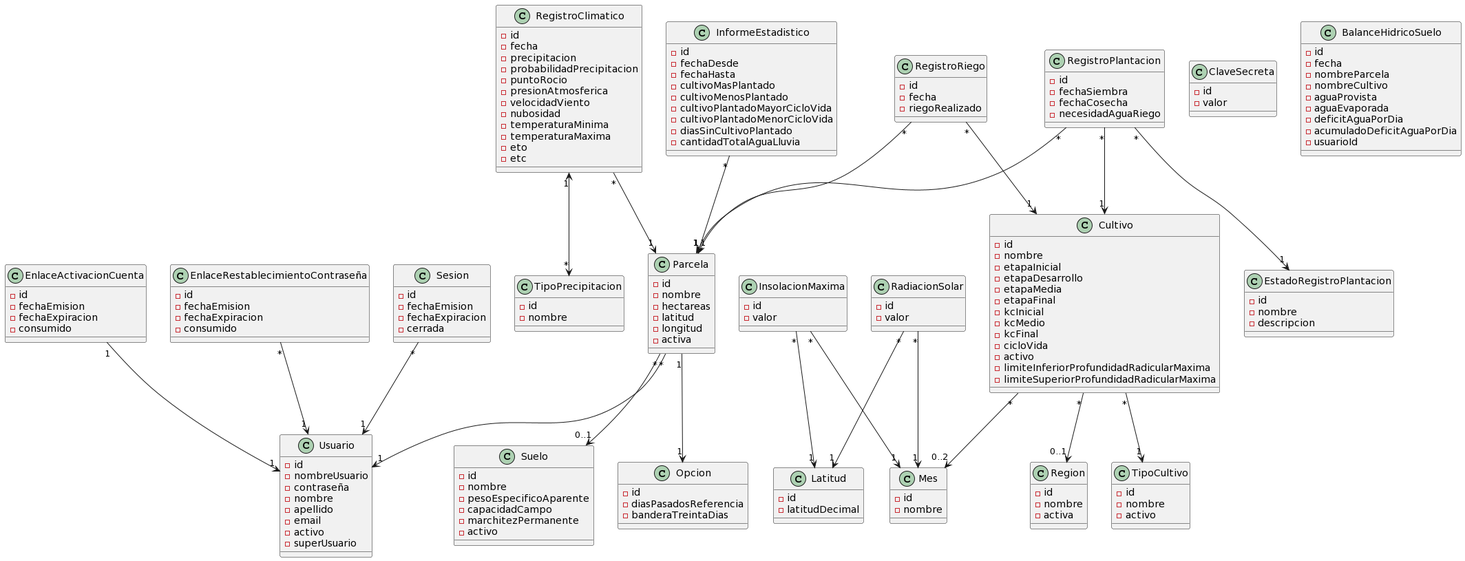
The PlantUML diagram docs/domain model/Modelo de dominio.png in facundopaez-dev/sistema-web-riego, before a commit. Its diagram source:
```plantuml
@startuml
Parcela "*"-->"1" Usuario
InformeEstadistico "*"-->"1" Parcela
RegistroClimatico "*"-->"1" Parcela
RegistroClimatico "1"<-->"*" TipoPrecipitacion
RegistroRiego "*"-->"1" Parcela
RegistroPlantacion "*"-->"1" Parcela
RegistroPlantacion "*"-->"1" Cultivo
RegistroPlantacion "*"-->"1" EstadoRegistroPlantacion
RadiacionSolar "*"-->"1" Mes
RadiacionSolar "*"-->"1" Latitud
InsolacionMaxima "*"-->"1" Mes
InsolacionMaxima "*"-->"1" Latitud
Cultivo "*"-->"1" TipoCultivo
EnlaceActivacionCuenta "1" --> "1" Usuario
EnlaceRestablecimientoContraseña "*" --> "1" Usuario
Sesion "*" --> "1" Usuario
RegistroRiego "*" --> "1" Cultivo
Parcela "1" --> "1" Opcion
Cultivo "*" --> "0..1" Region
Cultivo "*" --> "0..2" Mes
Parcela "*" --> "0..1" Suelo

class Parcela {
-id
-nombre
-hectareas
-latitud
-longitud
-activa
}

class InformeEstadistico {
-id
-fechaDesde
-fechaHasta
-cultivoMasPlantado
-cultivoMenosPlantado
-cultivoPlantadoMayorCicloVida
-cultivoPlantadoMenorCicloVida
-diasSinCultivoPlantado
-cantidadTotalAguaLluvia
}

class Cultivo {
-id
-nombre
-etapaInicial
-etapaDesarrollo
-etapaMedia
-etapaFinal
-kcInicial
-kcMedio
-kcFinal
-cicloVida
-activo
-limiteInferiorProfundidadRadicularMaxima
-limiteSuperiorProfundidadRadicularMaxima
}

class TipoCultivo {
-id
-nombre
-activo
}

class Region {
-id
-nombre
-activa
}

class RegistroClimatico {
-id
-fecha
-precipitacion
-probabilidadPrecipitacion
-puntoRocio
-presionAtmosferica
-velocidadViento
-nubosidad
-temperaturaMinima
-temperaturaMaxima
-eto
-etc
}

class TipoPrecipitacion {
-id
-nombre
}

class RegistroPlantacion {
-id
-fechaSiembra
-fechaCosecha
-necesidadAguaRiego
}

class RegistroRiego {
-id
-fecha
-riegoRealizado
}

class Opcion {
-id
-diasPasadosReferencia
-banderaTreintaDias
}

class Usuario {
-id
-nombreUsuario
-contraseña
-nombre
-apellido
-email
-activo
-superUsuario
}

class EstadoRegistroPlantacion {
-id
-nombre
-descripcion
}

class Mes {
-id
-nombre
}

class Latitud {
-id
-latitudDecimal
}

class RadiacionSolar {
-id
-valor
}

class InsolacionMaxima {
-id
-valor
}

class EnlaceActivacionCuenta {
-id
-fechaEmision
-fechaExpiracion
-consumido
}

class EnlaceRestablecimientoContraseña {
-id
-fechaEmision
-fechaExpiracion
-consumido
}

class Sesion {
-id
-fechaEmision
-fechaExpiracion
-cerrada
}

class ClaveSecreta {
-id
-valor
}

class BalanceHidricoSuelo {
-id
-fecha
-nombreParcela
-nombreCultivo
-aguaProvista
-aguaEvaporada
-deficitAguaPorDia
-acumuladoDeficitAguaPorDia
-usuarioId
}

class Suelo {
-id
-nombre
-pesoEspecificoAparente
-capacidadCampo
-marchitezPermanente
-activo
}
@enduml
```
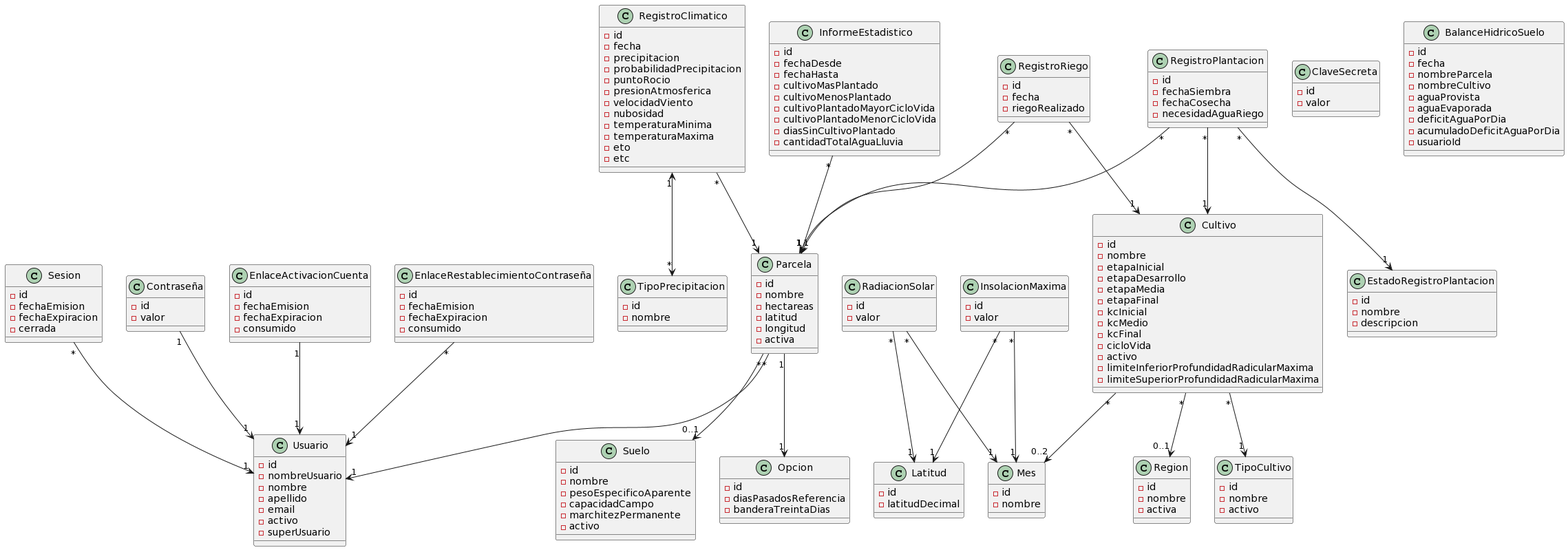
Later version of the same file.

Change to the diagram source:
```diff
@@ -20,6 +20,7 @@
 Cultivo "*" --> "0..1" Region
 Cultivo "*" --> "0..2" Mes
 Parcela "*" --> "0..1" Suelo
+Contraseña "1" --> "1" Usuario
 
 class Parcela {
 -id
@@ -112,7 +113,6 @@
 class Usuario {
 -id
 -nombreUsuario
--contraseña
 -nombre
 -apellido
 -email
@@ -192,4 +192,9 @@
 -marchitezPermanente
 -activo
 }
+
+class Contraseña {
+-id
+-valor
+}
 @enduml
```
